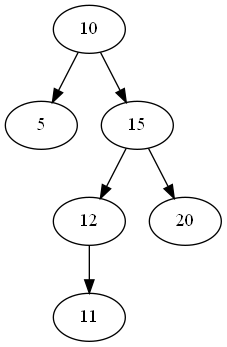
Above: dump.png in egor7531/Akinator (Graphviz), before the change. Its source is kept beside it as Dump.dot.
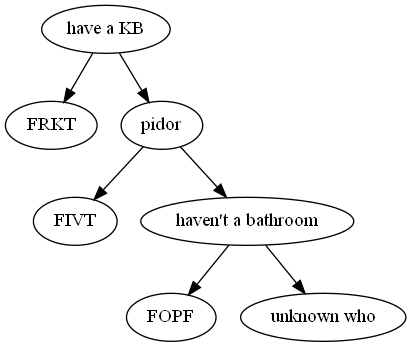
Above is the later version.

Change to the diagram source:
```diff
@@ -1,15 +1,17 @@
 digraph Tree
 {
 rankdir = TB;
-node_8197648 [label = "10"];
-node_8197648 -> node_8197736;
-node_8197736 [label = "5"];
-node_8197648 -> node_8197824;
-node_8197824 [label = "15"];
-node_8197824 -> node_8197912;
-node_8197912 [label = "12"];
-node_8197912 -> node_8198000;
-node_8198000 [label = "11"];
-node_8197824 -> node_8198088;
-node_8198088 [label = "20"];
+node_7281032 [label = "have a KB"];
+node_7281032 -> node_7285392;
+node_7285392 [label = "FRKT"];
+node_7281032 -> node_7285480;
+node_7285480 [label = "pidor"];
+node_7285480 -> node_7289672;
+node_7289672 [label = "FIVT"];
+node_7285480 -> node_7289760;
+node_7289760 [label = "haven't a bathroom"];
+node_7289760 -> node_7289848;
+node_7289848 [label = "FOPF"];
+node_7289760 -> node_7289936;
+node_7289936 [label = "unknown who"];
 }
```
